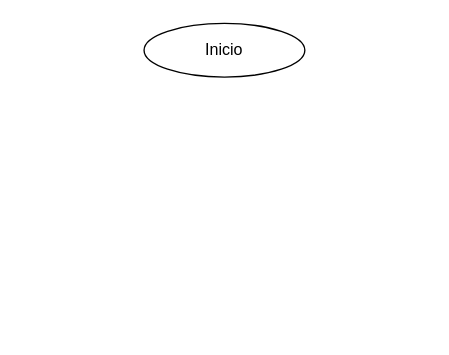
Before: Tarea 21 de Marzo Ejercicios de Estructura de control/Ejercicio 5 Logica.drawio in NicolasMaggia/TareasJS-comision37i, a draw.io diagram. Source tidied: cells renumbered, new cells numbered last; positions are measured from the earlier drawing's top-left corner, leaving out a move shared by most shapes. Both pictures are drawn from the tidied source at 134%, with x=0, y=0 at pixel (143, 23).
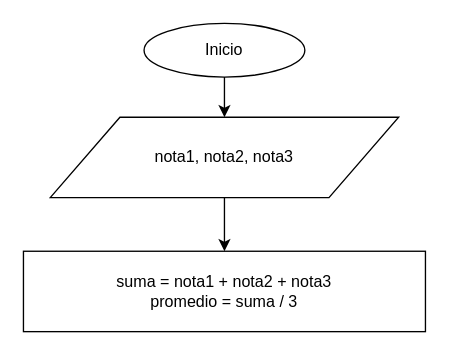
After the change.

Commit message:
modificando el ejercicio 5

The edit, as a diff of the source:
```diff
@@
 <mxGraphModel>
   <root>
     <mxCell id="0" />
     <mxCell id="1" parent="0" />
+    <mxCell id="3" style="edgeStyle=orthogonalEdgeStyle;rounded=0;jettySize=auto;html=1;" parent="1" edge="1" source="2" target="5">
+      <mxGeometry relative="1" as="geometry" />
+    </mxCell>
     <mxCell id="2" value="Inicio" style="ellipse;whiteSpace=wrap;html=1;" parent="1" vertex="1">
       <mxGeometry width="120" height="40" as="geometry" />
     </mxCell>
+    <mxCell id="4" style="edgeStyle=orthogonalEdgeStyle;rounded=0;jettySize=auto;html=1;" parent="1" edge="1" source="5" target="6">
+      <mxGeometry relative="1" as="geometry" />
+    </mxCell>
+    <mxCell id="5" value="nota1, nota2, nota3" style="shape=parallelogram;perimeter=parallelogramPerimeter;whiteSpace=wrap;html=1;" parent="1" vertex="1">
+      <mxGeometry x="-70" y="70" width="260" height="60" as="geometry" />
+    </mxCell>
+    <mxCell id="6" value="suma = nota1 + nota2 + nota3&lt;br&gt;promedio = suma / 3" style="rounded=0;whiteSpace=wrap;html=1;" parent="1" vertex="1">
+      <mxGeometry x="-90" y="170" width="300" height="60" as="geometry" />
+    </mxCell>
   </root>
 </mxGraphModel>
```
